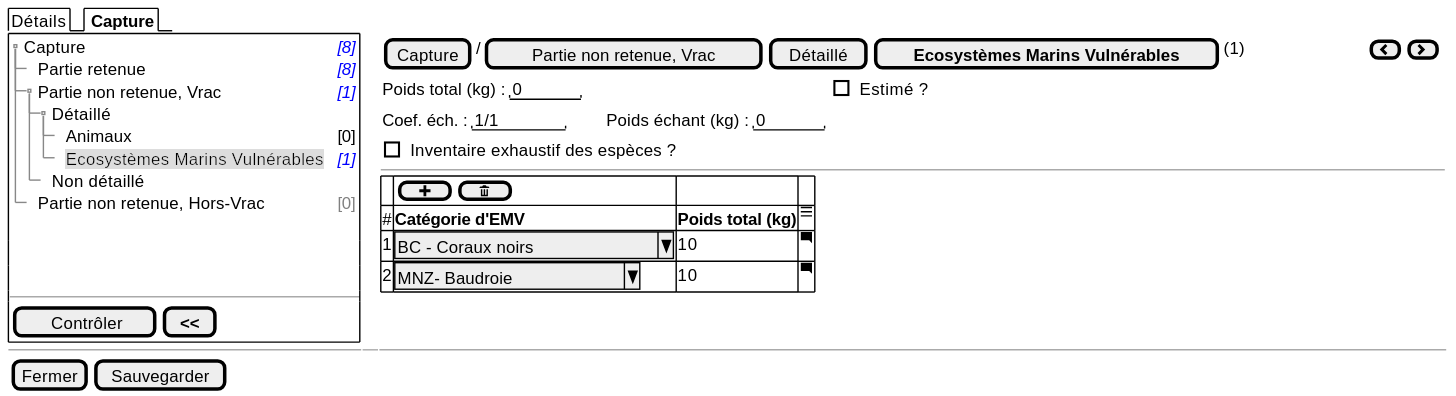
sumaris-net/sumaris-doc keeps this PlantUML diagram as projects/obsmer/spe/images/batch/batch-tree-PNR-VRAC-EMV.svg. Above is the earlier version. The source it was exported from:
```plantuml
@startsalt
{
  {/ Détails | <b> Capture }
  {+
   {T
       + Capture    | <i><color:blue>[8]
       ++ Partie retenue       | <i><color:blue>[8]
       ++ Partie non retenue, Vrac | <i><color:blue>[1]
       +++ Détaillé
       ++++ Animaux | <color:black>[0]
       ++++ <back:#DDD>Ecosystèmes Marins Vulnérables | <i><color:blue>[1]
       +++ Non détaillé
       ++ Partie non retenue, Hors-Vrac | <color:gray>[0]
   }
    .
    .
    .
   --
   {
      [<&checkmark> Contrôler] | [ <b><< ]
   }
  } | . | {
    { [Capture] | / | [Partie non retenue, Vrac] | [Détaillé] | [<b>Ecosystèmes Marins Vulnérables] | (1) | . | . | . | . | . | . | . | . | . | . | . | . | . | . | . | . | . | { [<&chevron-left>] | [<&chevron-right>] } }

    {Poids total (kg) : | "  0   " | . | . | . | . | . | . | . | . | . | . | . | . | . | . | . | . | . | . | . | . | . | . | . | . | . | . | . | . | . | . | . | . | . | . | . | [ ] Estimé ? }

    {Coef. éch. : | " 1/1    " | . | . | . | . | . | Poids échant (kg) : | "  0   " | . | . |}

    { [ ] Inventaire exhaustif des espèces ? }
    ---
    {#
          . | {[ <&plus> ] | [ <&trash> ] }  | . | .
          # | <b>Catégorie d'EMV  | <b>Poids total (kg)     |   <&menu>
          1 | ^BC - Coraux noirs      ^ |  10    | <&comment-square>
          2 | ^MNZ- Baudroie       ^ |  10   | <&comment-square>
        }
  }

  -- | -- | --
  { [Fermer] | [Sauvegarder] }
}
@endsalt
```
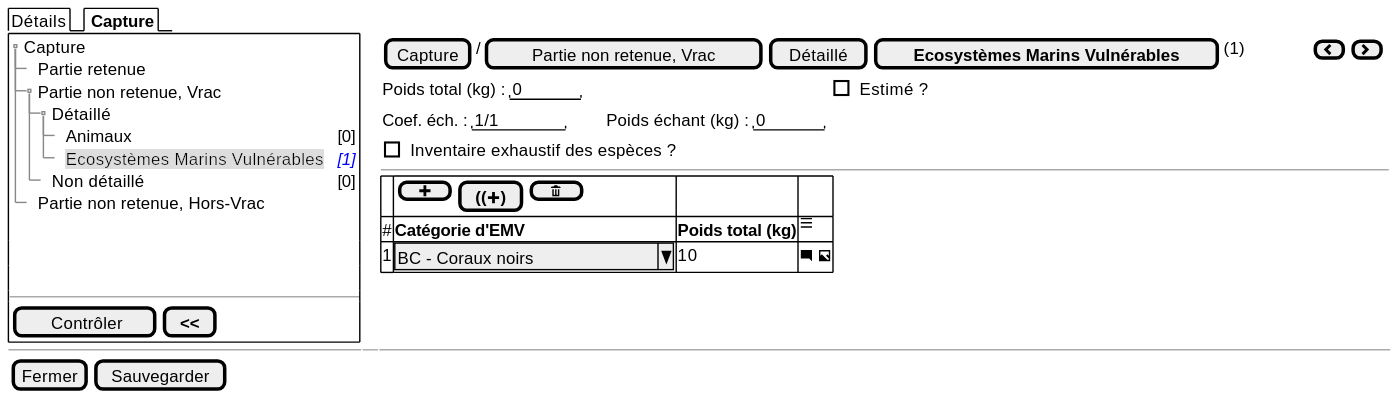
After the commit.

Diff of the diagram source:
```diff
@@ -3,14 +3,14 @@
   {/ Détails | <b> Capture }
   {+
    {T
-       + Capture    | <i><color:blue>[8]
-       ++ Partie retenue       | <i><color:blue>[8]
-       ++ Partie non retenue, Vrac | <i><color:blue>[1]
+       + Capture
+       ++ Partie retenue
+       ++ Partie non retenue, Vrac
        +++ Détaillé
        ++++ Animaux | <color:black>[0]
        ++++ <back:#DDD>Ecosystèmes Marins Vulnérables | <i><color:blue>[1]
-       +++ Non détaillé
-       ++ Partie non retenue, Hors-Vrac | <color:gray>[0]
+       +++ Non détaillé | <color:black>[0]
+       ++ Partie non retenue, Hors-Vrac
    }
     .
     .
@@ -20,7 +20,7 @@
       [<&checkmark> Contrôler] | [ <b><< ]
    }
   } | . | {
-    { [Capture] | / | [Partie non retenue, Vrac] | [Détaillé] | [<b>Ecosystèmes Marins Vulnérables] | (1) | . | . | . | . | . | . | . | . | . | . | . | . | . | . | . | . | . | { [<&chevron-left>] | [<&chevron-right>] } }
+    { [Capture] | / | [Partie non retenue, Vrac] | [Détaillé] | [<b>Ecosystèmes Marins Vulnérables] | (1) | . | . | . | . | . | . | . | . | . | { [<&chevron-left>] | [<&chevron-right>] } }
 
     {Poids total (kg) : | "  0   " | . | . | . | . | . | . | . | . | . | . | . | . | . | . | . | . | . | . | . | . | . | . | . | . | . | . | . | . | . | . | . | . | . | . | . | [ ] Estimé ? }
 
@@ -29,10 +29,9 @@
     { [ ] Inventaire exhaustif des espèces ? }
     ---
     {#
-          . | {[ <&plus> ] | [ <&trash> ] }  | . | .
+          . | {[ <&plus> ] | [<b>((<&plus><b>)] | [ <&trash> ] }  | . | .
           # | <b>Catégorie d'EMV  | <b>Poids total (kg)     |   <&menu>
-          1 | ^BC - Coraux noirs      ^ |  10    | <&comment-square>
-          2 | ^MNZ- Baudroie       ^ |  10   | <&comment-square>
+          1 | ^BC - Coraux noirs      ^ |  10    | <&comment-square> <&image>
         }
   }
 
```
